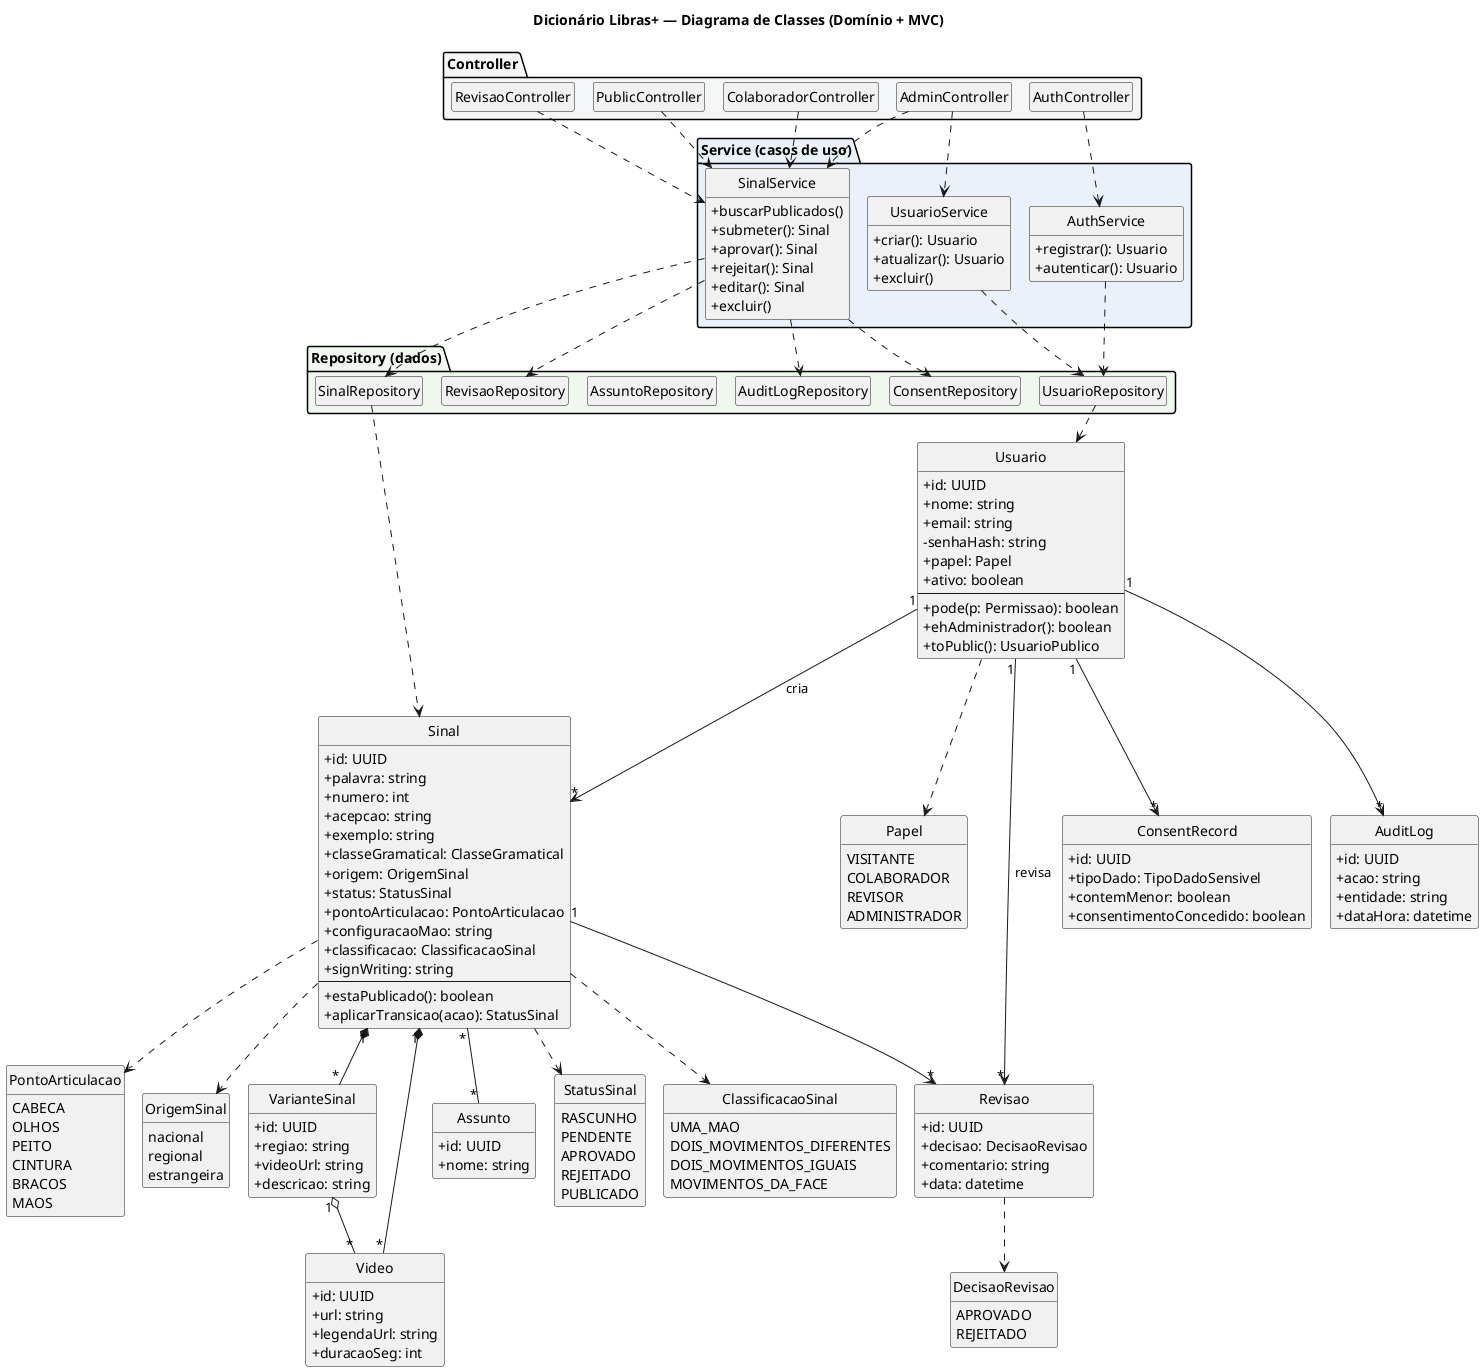
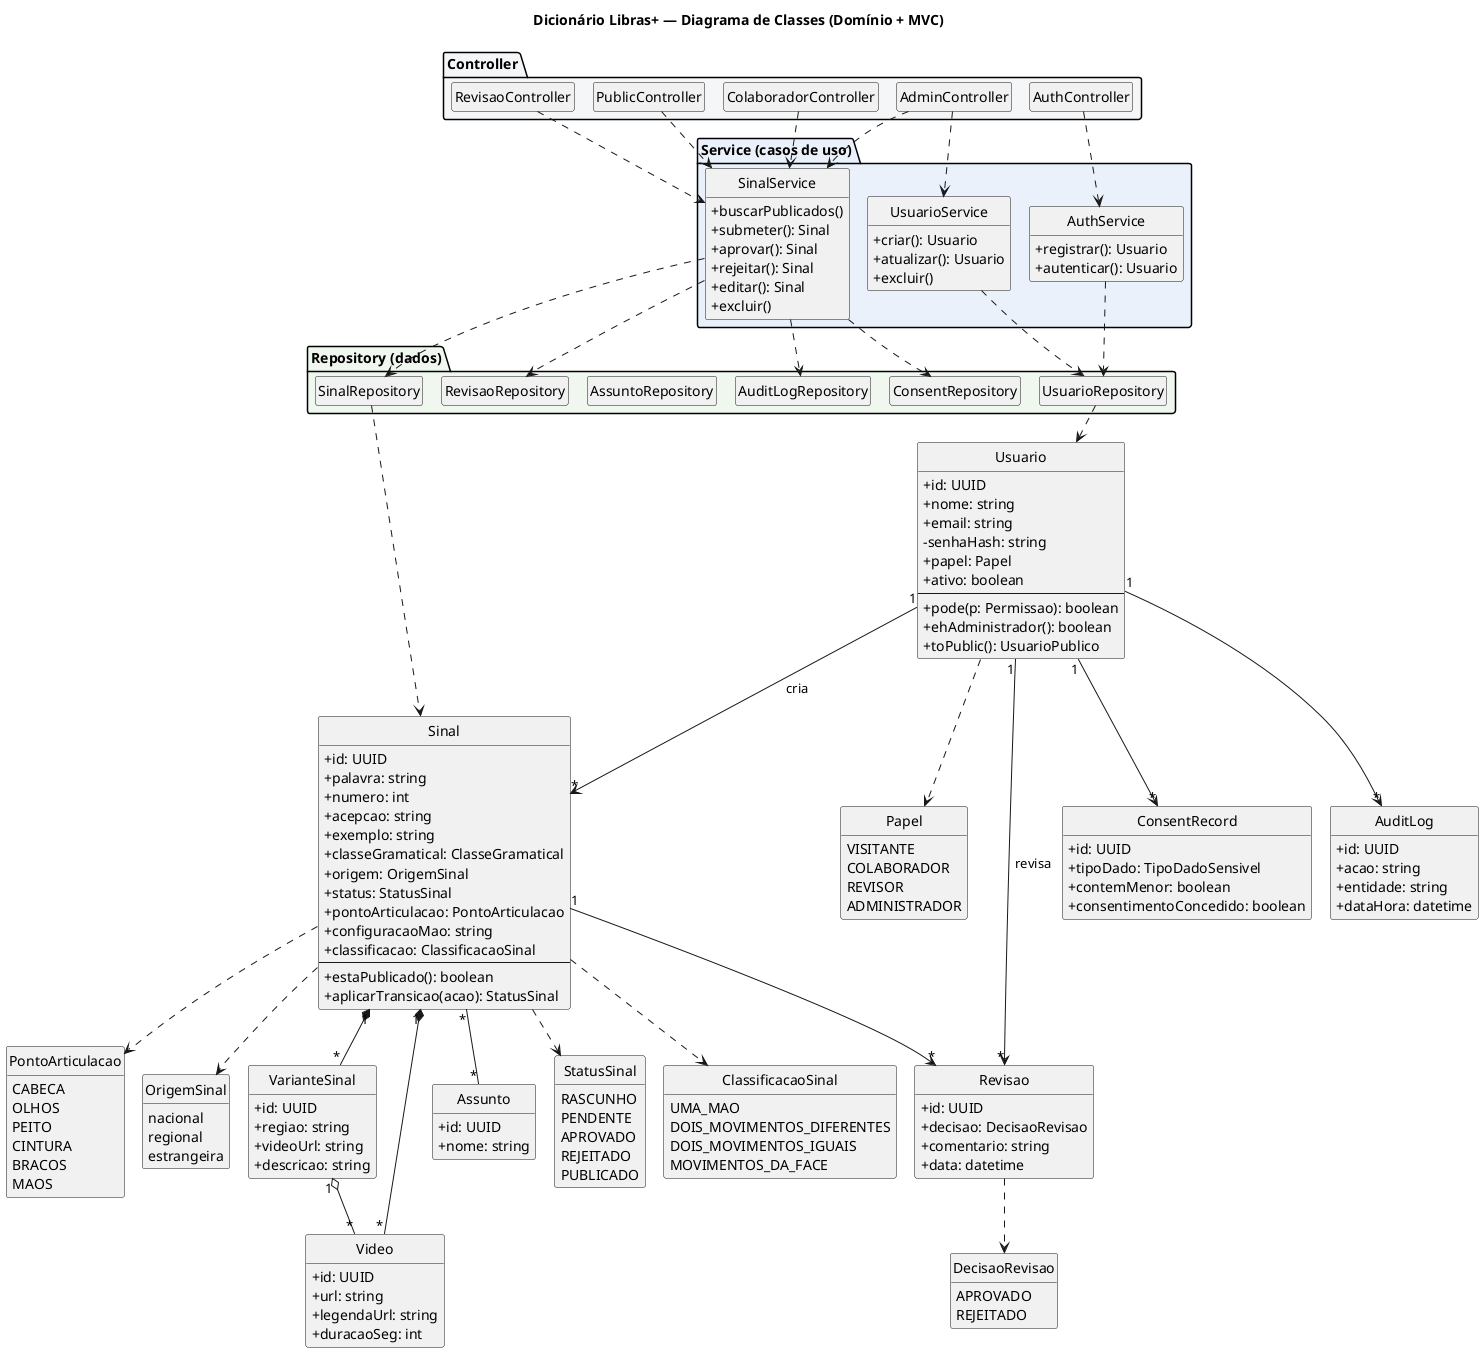
@startuml diagrama-classes
!pragma layout smetana
title Dicionário Libras+ — Diagrama de Classes (Domínio + MVC)

skinparam shadowing false
skinparam classAttributeIconSize 0
skinparam nodesep 30
skinparam ranksep 50
skinparam defaultFontName Helvetica
hide circle
hide empty members

' ======================= ENUMERAÇÕES =======================
together {
  enum Papel {
    VISITANTE
    COLABORADOR
    REVISOR
    ADMINISTRADOR
  }
  enum StatusSinal {
    RASCUNHO
    PENDENTE
    APROVADO
    REJEITADO
    PUBLICADO
  }
  enum ClassificacaoSinal {
    UMA_MAO
    DOIS_MOVIMENTOS_DIFERENTES
    DOIS_MOVIMENTOS_IGUAIS
    MOVIMENTOS_DA_FACE
  }
  enum PontoArticulacao {
    CABECA
    OLHOS
    PEITO
    CINTURA
    BRACOS
    MAOS
  }
  enum OrigemSinal {
    nacional
    regional
    estrangeira
  }
  enum DecisaoRevisao {
    APROVADO
    REJEITADO
  }
}

' ======================= MODELOS (DOMÍNIO) =======================
class Usuario {
  +id: UUID
  +nome: string
  +email: string
  -senhaHash: string
  +papel: Papel
  +ativo: boolean
  --
  +pode(p: Permissao): boolean
  +ehAdministrador(): boolean
  +toPublic(): UsuarioPublico
}

class Sinal {
  +id: UUID
  +palavra: string
  +numero: int
  +acepcao: string
  +exemplo: string
  +classeGramatical: ClasseGramatical
  +origem: OrigemSinal
  +status: StatusSinal
  +pontoArticulacao: PontoArticulacao
  +configuracaoMao: string
  +classificacao: ClassificacaoSinal
-   +signWriting: string
  --
  +estaPublicado(): boolean
  +aplicarTransicao(acao): StatusSinal
}

class VarianteSinal {
  +id: UUID
  +regiao: string
  +videoUrl: string
  +descricao: string
}
class Assunto {
  +id: UUID
  +nome: string
}
class Video {
  +id: UUID
  +url: string
  +legendaUrl: string
  +duracaoSeg: int
}
class Revisao {
  +id: UUID
  +decisao: DecisaoRevisao
  +comentario: string
  +data: datetime
}
class ConsentRecord {
  +id: UUID
  +tipoDado: TipoDadoSensivel
  +contemMenor: boolean
  +consentimentoConcedido: boolean
}
class AuditLog {
  +id: UUID
  +acao: string
  +entidade: string
  +dataHora: datetime
}

' ======================= RELACIONAMENTOS DE DOMÍNIO =======================
Usuario "1" --> "*" Sinal : cria
Usuario "1" --> "*" Revisao : revisa
Sinal "1" *-- "*" VarianteSinal
Sinal "1" *-- "*" Video
VarianteSinal "1" o-- "*" Video
Sinal "*" -- "*" Assunto
Sinal "1" --> "*" Revisao
Usuario "1" --> "*" ConsentRecord
Usuario "1" --> "*" AuditLog

Usuario ..> Papel
Sinal ..> StatusSinal
Sinal ..> ClassificacaoSinal
Sinal ..> PontoArticulacao
Sinal ..> OrigemSinal
Revisao ..> DecisaoRevisao

' ======================= CAMADAS MVC =======================
package "Controller" #F4F6F8 {
  class PublicController
  class AuthController
  class ColaboradorController
  class RevisaoController
  class AdminController
}
package "Service (casos de uso)" #EAF1FB {
  class AuthService {
    +registrar(): Usuario
    +autenticar(): Usuario
  }
  class SinalService {
    +buscarPublicados()
    +submeter(): Sinal
    +aprovar(): Sinal
    +rejeitar(): Sinal
    +editar(): Sinal
    +excluir()
  }
  class UsuarioService {
    +criar(): Usuario
    +atualizar(): Usuario
    +excluir()
  }
}
package "Repository (dados)" #EFF7EF {
  class UsuarioRepository
  class SinalRepository
  class RevisaoRepository
  class AssuntoRepository
  class AuditLogRepository
  class ConsentRepository
}

' ======================= DEPENDÊNCIAS MVC =======================
PublicController ..> SinalService
AuthController ..> AuthService
ColaboradorController ..> SinalService
RevisaoController ..> SinalService
AdminController ..> SinalService
AdminController ..> UsuarioService

AuthService ..> UsuarioRepository
UsuarioService ..> UsuarioRepository
SinalService ..> SinalRepository
SinalService ..> RevisaoRepository
SinalService ..> AuditLogRepository
SinalService ..> ConsentRepository

SinalRepository ..> Sinal
UsuarioRepository ..> Usuario
@enduml
